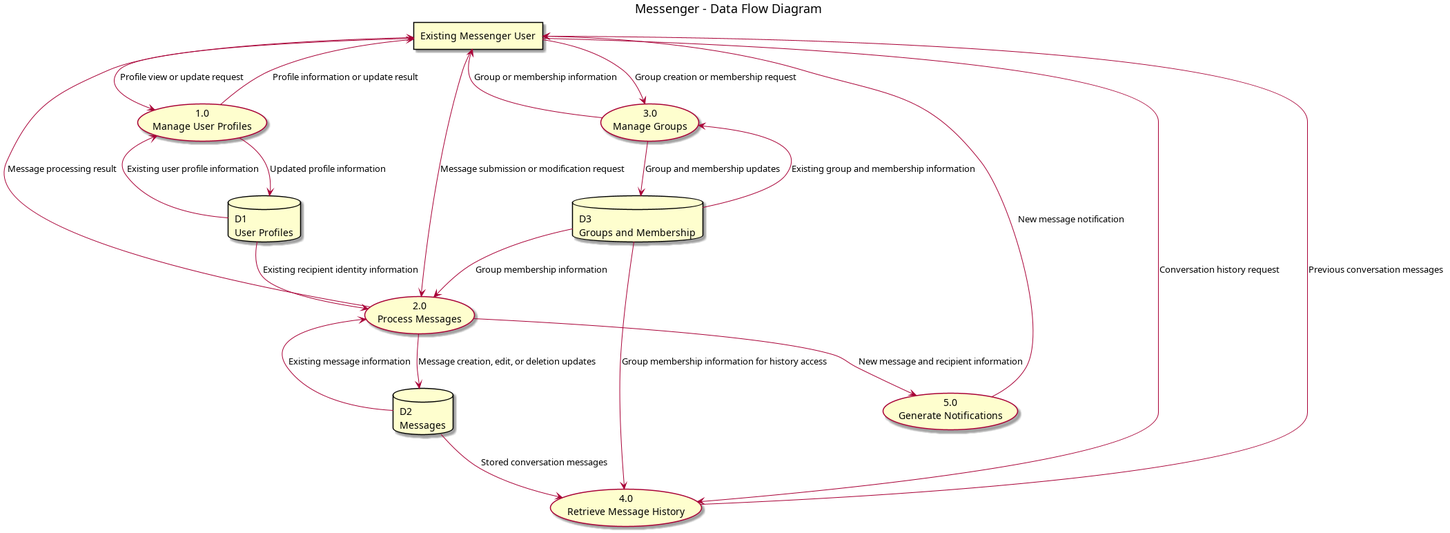
This is docs/diagrams/data-flow.png from hamiltons15/messenger-assignment, a PlantUML export, as it was before one commit. Its source is kept beside it as docs/diagrams/data-flow.puml.
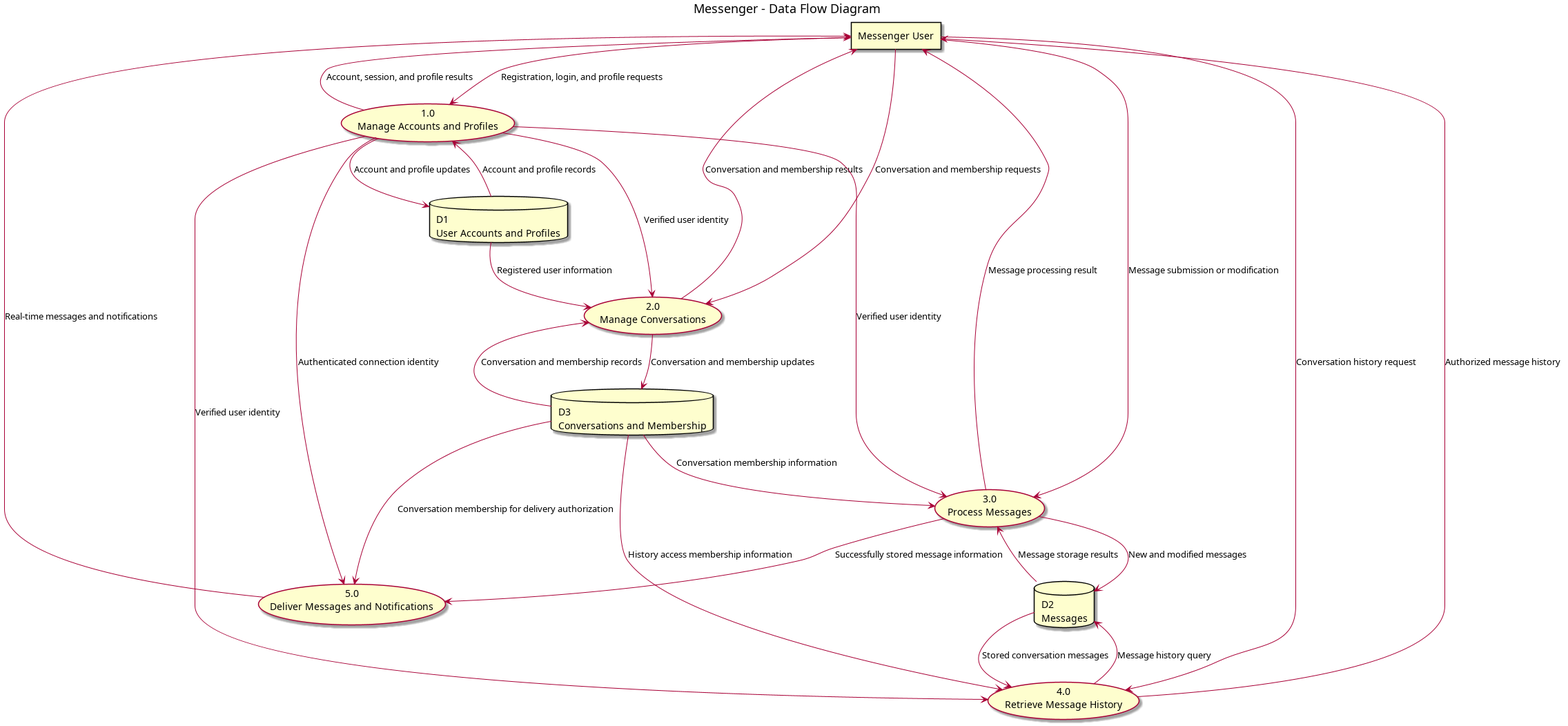
The same diagram one commit later.

Change to the diagram source:
```diff
@@ -3,51 +3,62 @@
 
 top to bottom direction
 
-rectangle "Existing Messenger User" as User
 
-usecase "1.0\nManage User Profiles" as P1
-usecase "2.0\nProcess Messages" as P2
-usecase "3.0\nManage Groups" as P3
+rectangle "Messenger User" as User
+
+usecase "1.0\nManage Accounts and Profiles" as P1
+usecase "2.0\nManage Conversations" as P2
+usecase "3.0\nProcess Messages" as P3
 usecase "4.0\nRetrieve Message History" as P4
-usecase "5.0\nGenerate Notifications" as P5
+usecase "5.0\nDeliver Messages and Notifications" as P5
 
-database "D1\nUser Profiles" as D1
+
+database "D1\nUser Accounts and Profiles" as D1
 database "D2\nMessages" as D2
-database "D3\nGroups and Membership" as D3
+database "D3\nConversations and Membership" as D3
 
-User --> P1 : Profile view or update request
-P1 --> User : Profile information or update result
 
-User --> P2 : Message submission or modification request
-P2 --> User : Message processing result
+User --> P1 : Registration, login, and profile requests
+P1 --> User : Account, session, and profile results
 
-User --> P3 : Group creation or membership request
-P3 --> User : Group or membership information
+User --> P2 : Conversation and membership requests
+P2 --> User : Conversation and membership results
+
+User --> P3 : Message submission or modification
+P3 --> User : Message processing result
 
 User --> P4 : Conversation history request
-P4 --> User : Previous conversation messages
+P4 --> User : Authorized message history
 
-P5 --> User : New message notification
+P5 --> User : Real-time messages and notifications
 
 
-P1 --> D1 : Updated profile information
-D1 --> P1 : Existing user profile information
-D1 --> P2 : Existing recipient identity information
 
-P2 --> D2 : Message creation, edit, or deletion updates
-D2 --> P2 : Existing message information
+P1 --> D1 : Account and profile updates
+D1 --> P1 : Account and profile records
 
+P2 --> D3 : Conversation and membership updates
+D3 --> P2 : Conversation and membership records
+
+
+P3 --> D2 : New and modified messages
+D2 --> P3 : Message storage results
+
+P4 --> D2 : Message history query
 D2 --> P4 : Stored conversation messages
 
-P3 --> D3 : Group and membership updates
-D3 --> P3 : Existing group and membership information
-D3 --> P2 : Group membership information
-D3 --> P4 : Group membership information for history access
+P1 --> P2 : Verified user identity
+P1 --> P3 : Verified user identity
+P1 --> P4 : Verified user identity
+P1 --> P5 : Authenticated connection identity
 
-P2 --> P5 : New message and recipient information
+D3 --> P3 : Conversation membership information
+D3 --> P4 : History access membership information
+D3 --> P5 : Conversation membership for delivery authorization
 
+D1 --> P2 : Registered user information
 
-D2 -[hidden]down- P4
+P3 --> P5 : Successfully stored message information
 
 
 
```
